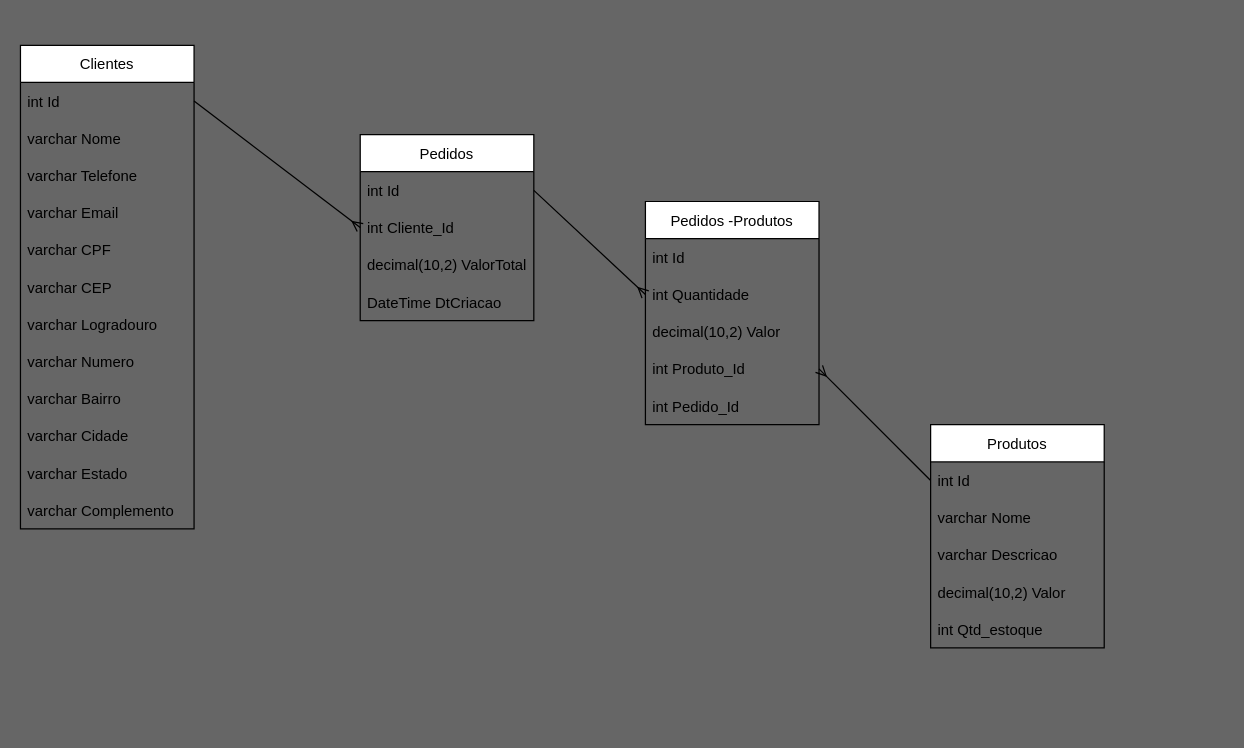
Before: draw.drawio in Luanftg/codigo-do-futuro-api-dotnet, a draw.io diagram. Source tidied: cells renumbered, new cells numbered last; positions are measured from the earlier drawing's top-left corner, leaving out a move shared by most shapes. Both pictures are drawn from the tidied source at 124%, with x=0, y=0 at pixel (20, 45).
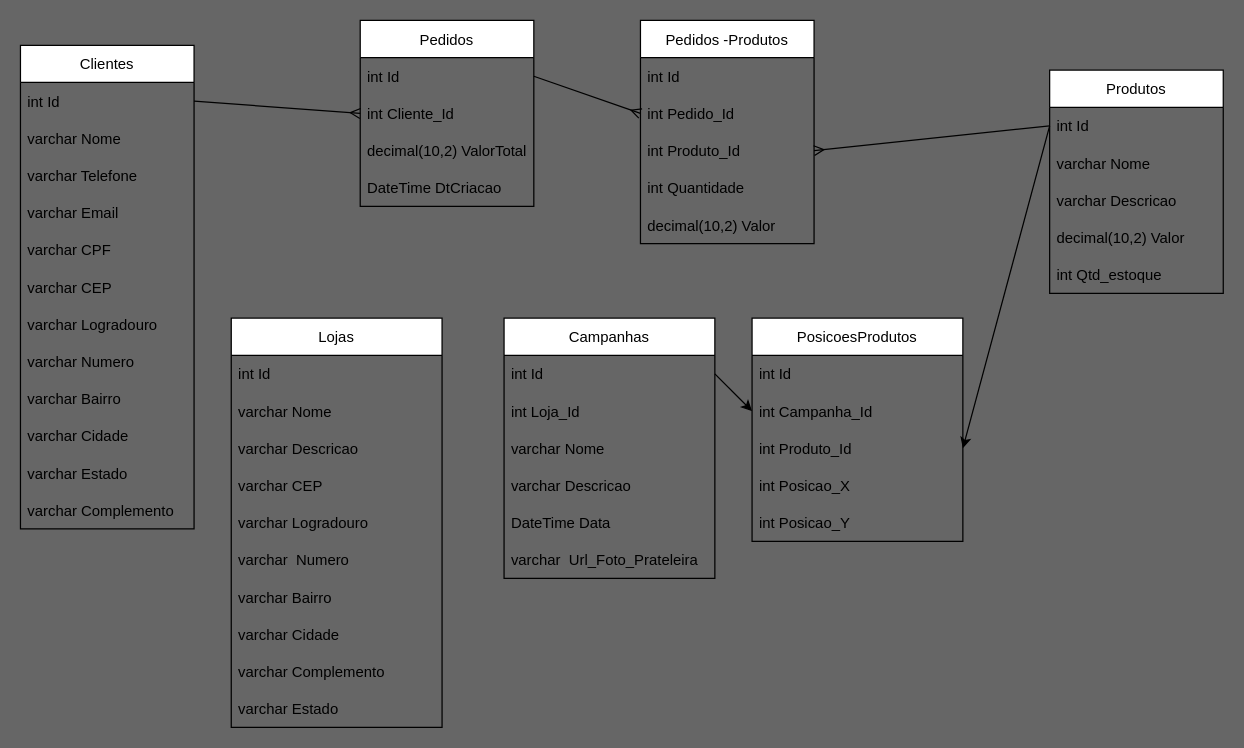
After the change.

Commit message:
refatorar(#2): Criado novas tabelas no modelo ER e criado novas chaves estrangeiras

Unchanged cells that the change refers to:
```xml
<mxCell id="16" value="int Id" style="text;strokeColor=none;fillColor=none;align=left;verticalAlign=middle;spacingLeft=4;spacingRight=4;overflow=hidden;points=[[0,0.5],[1,0.5]];portConstraint=eastwest;" parent="15" vertex="1">
  <mxGeometry y="30" width="140" height="30" as="geometry" />
</mxCell>
<mxCell id="22" value="int Id" style="text;strokeColor=none;fillColor=none;align=left;verticalAlign=middle;spacingLeft=4;spacingRight=4;overflow=hidden;points=[[0,0.5],[1,0.5]];portConstraint=eastwest;" parent="21" vertex="1">
  <mxGeometry y="30" width="140" height="30" as="geometry" />
</mxCell>
```

Diff of the diagram source:
```diff
@@
     <mxCell id="15" value="Produtos" style="swimlane;fontStyle=0;horizontal=1;startSize=30;" parent="1" vertex="1">
-      <mxGeometry x="734" y="306" width="140" height="180" as="geometry" />
+      <mxGeometry x="830" y="20" width="140" height="180" as="geometry" />
     </mxCell>
@@
     <mxCell id="21" value="Pedidos" style="swimlane;fontStyle=0;horizontal=1;startSize=30;" parent="1" vertex="1">
-      <mxGeometry x="274" y="72" width="140" height="150" as="geometry" />
+      <mxGeometry x="274" y="-20" width="140" height="150" as="geometry" />
     </mxCell>
@@
     <mxCell id="26" value="Pedidos -Produtos" style="swimlane;fontStyle=0;horizontal=1;startSize=30;" parent="1" vertex="1">
-      <mxGeometry x="504" y="126" width="140" height="180" as="geometry" />
+      <mxGeometry x="500" y="-20" width="140" height="180" as="geometry" />
     </mxCell>
@@
+    <mxCell id="31" value="int Pedido_Id" style="text;strokeColor=none;fillColor=none;align=left;verticalAlign=middle;spacingLeft=4;spacingRight=4;overflow=hidden;points=[[0,0.5],[1,0.5]];portConstraint=eastwest;" parent="26" vertex="1">
+      <mxGeometry y="60" width="140" height="30" as="geometry" />
+    </mxCell>
+    <mxCell id="30" value="int Produto_Id" style="text;strokeColor=none;fillColor=none;align=left;verticalAlign=middle;spacingLeft=4;spacingRight=4;overflow=hidden;points=[[0,0.5],[1,0.5]];portConstraint=eastwest;" parent="26" vertex="1">
+      <mxGeometry y="90" width="140" height="30" as="geometry" />
+    </mxCell>
     <mxCell id="28" value="int Quantidade" style="text;strokeColor=none;fillColor=none;align=left;verticalAlign=middle;spacingLeft=4;spacingRight=4;overflow=hidden;" parent="26" vertex="1">
-      <mxGeometry y="60" width="140" height="30" as="geometry" />
+      <mxGeometry y="120" width="140" height="30" as="geometry" />
     </mxCell>
     <mxCell id="29" value="decimal(10,2) Valor" style="text;strokeColor=none;fillColor=none;align=left;verticalAlign=middle;spacingLeft=4;spacingRight=4;overflow=hidden;" parent="26" vertex="1">
-      <mxGeometry y="90" width="140" height="30" as="geometry" />
+      <mxGeometry y="150" width="140" height="30" as="geometry" />
     </mxCell>
-    <mxCell id="30" value="int Produto_Id" style="text;strokeColor=none;fillColor=none;align=left;verticalAlign=middle;spacingLeft=4;spacingRight=4;overflow=hidden;points=[[0,0.5],[1,0.5]];portConstraint=eastwest;" parent="26" vertex="1">
-      <mxGeometry y="120" width="140" height="30" as="geometry" />
-    </mxCell>
-    <mxCell id="31" value="int Pedido_Id" style="text;strokeColor=none;fillColor=none;align=left;verticalAlign=middle;spacingLeft=4;spacingRight=4;overflow=hidden;points=[[0,0.5],[1,0.5]];portConstraint=eastwest;" parent="26" vertex="1">
-      <mxGeometry y="150" width="140" height="30" as="geometry" />
-    </mxCell>
-    <mxCell id="32" style="edgeStyle=none;html=1;exitX=1;exitY=0.5;exitDx=0;exitDy=0;entryX=0;entryY=0.5;entryDx=0;entryDy=0;endArrow=ERmany;endFill=0;" parent="1" edge="1" source="22">
-      <mxGeometry relative="1" as="geometry">
-        <mxPoint x="504" y="201" as="targetPoint" />
-      </mxGeometry>
+    <mxCell id="32" style="edgeStyle=none;html=1;exitX=1;exitY=0.5;exitDx=0;exitDy=0;entryX=0;entryY=0.5;entryDx=0;entryDy=0;endArrow=ERmany;endFill=0;" parent="1" edge="1" source="22" target="31">
+      <mxGeometry relative="1" as="geometry" />
     </mxCell>
@@
+    <mxCell id="35" value="Lojas" style="swimlane;fontStyle=0;horizontal=1;startSize=30;" parent="1" vertex="1">
+      <mxGeometry x="170" y="220" width="170" height="330" as="geometry" />
+    </mxCell>
+    <mxCell id="36" value="int Id" style="text;strokeColor=none;fillColor=none;align=left;verticalAlign=middle;spacingLeft=4;spacingRight=4;overflow=hidden;" parent="35" vertex="1">
+      <mxGeometry y="30" width="170" height="30" as="geometry" />
+    </mxCell>
+    <mxCell id="37" value="varchar Nome" style="text;strokeColor=none;fillColor=none;align=left;verticalAlign=middle;spacingLeft=4;spacingRight=4;overflow=hidden;" parent="35" vertex="1">
+      <mxGeometry y="60" width="170" height="30" as="geometry" />
+    </mxCell>
+    <mxCell id="38" value="varchar Descricao" style="text;strokeColor=none;fillColor=none;align=left;verticalAlign=middle;spacingLeft=4;spacingRight=4;overflow=hidden;" parent="35" vertex="1">
+      <mxGeometry y="90" width="170" height="30" as="geometry" />
+    </mxCell>
+    <mxCell id="39" value="varchar CEP" style="text;strokeColor=none;fillColor=none;align=left;verticalAlign=middle;spacingLeft=4;spacingRight=4;overflow=hidden;" parent="35" vertex="1">
+      <mxGeometry y="120" width="170" height="30" as="geometry" />
+    </mxCell>
+    <mxCell id="40" value="varchar Logradouro" style="text;strokeColor=none;fillColor=none;align=left;verticalAlign=middle;spacingLeft=4;spacingRight=4;overflow=hidden;" parent="35" vertex="1">
+      <mxGeometry y="150" width="170" height="30" as="geometry" />
+    </mxCell>
+    <mxCell id="41" value="varchar  Numero" style="text;strokeColor=none;fillColor=none;align=left;verticalAlign=middle;spacingLeft=4;spacingRight=4;overflow=hidden;" parent="35" vertex="1">
+      <mxGeometry y="180" width="170" height="30" as="geometry" />
+    </mxCell>
+    <mxCell id="42" value="varchar Bairro" style="text;strokeColor=none;fillColor=none;align=left;verticalAlign=middle;spacingLeft=4;spacingRight=4;overflow=hidden;" parent="35" vertex="1">
+      <mxGeometry y="210" width="170" height="30" as="geometry" />
+    </mxCell>
+    <mxCell id="43" value="varchar Cidade" style="text;strokeColor=none;fillColor=none;align=left;verticalAlign=middle;spacingLeft=4;spacingRight=4;overflow=hidden;" parent="35" vertex="1">
+      <mxGeometry y="240" width="170" height="30" as="geometry" />
+    </mxCell>
+    <mxCell id="44" value="varchar Complemento" style="text;strokeColor=none;fillColor=none;align=left;verticalAlign=middle;spacingLeft=4;spacingRight=4;overflow=hidden;" parent="35" vertex="1">
+      <mxGeometry y="270" width="170" height="30" as="geometry" />
+    </mxCell>
+    <mxCell id="45" value="varchar Estado" style="text;strokeColor=none;fillColor=none;align=left;verticalAlign=middle;spacingLeft=4;spacingRight=4;overflow=hidden;" parent="35" vertex="1">
+      <mxGeometry y="300" width="170" height="30" as="geometry" />
+    </mxCell>
+    <mxCell id="46" value="PosicoesProdutos" style="swimlane;fontStyle=0;horizontal=1;startSize=30;" parent="1" vertex="1">
+      <mxGeometry x="590" y="220" width="170" height="180" as="geometry" />
+    </mxCell>
+    <mxCell id="47" value="int Id" style="text;strokeColor=none;fillColor=none;align=left;verticalAlign=middle;spacingLeft=4;spacingRight=4;overflow=hidden;" parent="46" vertex="1">
+      <mxGeometry y="30" width="170" height="30" as="geometry" />
+    </mxCell>
+    <mxCell id="48" value="int Campanha_Id" style="text;strokeColor=none;fillColor=none;align=left;verticalAlign=middle;spacingLeft=4;spacingRight=4;overflow=hidden;points=[[0,0.5],[1,0.5]];portConstraint=eastwest;" parent="46" vertex="1">
+      <mxGeometry y="60" width="170" height="30" as="geometry" />
+    </mxCell>
+    <mxCell id="49" value="int Produto_Id" style="text;strokeColor=none;fillColor=none;align=left;verticalAlign=middle;spacingLeft=4;spacingRight=4;overflow=hidden;points=[[0,0.5],[1,0.5]];portConstraint=eastwest;" parent="46" vertex="1">
+      <mxGeometry y="90" width="170" height="30" as="geometry" />
+    </mxCell>
+    <mxCell id="50" value="int Posicao_X" style="text;strokeColor=none;fillColor=none;align=left;verticalAlign=middle;spacingLeft=4;spacingRight=4;overflow=hidden;" parent="46" vertex="1">
+      <mxGeometry y="120" width="170" height="30" as="geometry" />
+    </mxCell>
+    <mxCell id="51" value="int Posicao_Y" style="text;strokeColor=none;fillColor=none;align=left;verticalAlign=middle;spacingLeft=4;spacingRight=4;overflow=hidden;" parent="46" vertex="1">
+      <mxGeometry y="150" width="170" height="30" as="geometry" />
+    </mxCell>
+    <mxCell id="52" value="Campanhas" style="swimlane;fontStyle=0;horizontal=1;startSize=30;" parent="1" vertex="1">
+      <mxGeometry x="390" y="220" width="170" height="210" as="geometry" />
+    </mxCell>
+    <mxCell id="53" value="int Id" style="text;strokeColor=none;fillColor=none;align=left;verticalAlign=middle;spacingLeft=4;spacingRight=4;overflow=hidden;points=[[0,0.5],[1,0.5]];portConstraint=eastwest;" parent="52" vertex="1">
+      <mxGeometry y="30" width="170" height="30" as="geometry" />
+    </mxCell>
+    <mxCell id="54" value="int Loja_Id" style="text;strokeColor=none;fillColor=none;align=left;verticalAlign=middle;spacingLeft=4;spacingRight=4;overflow=hidden;" parent="52" vertex="1">
+      <mxGeometry y="60" width="170" height="30" as="geometry" />
+    </mxCell>
+    <mxCell id="55" value="varchar Nome" style="text;strokeColor=none;fillColor=none;align=left;verticalAlign=middle;spacingLeft=4;spacingRight=4;overflow=hidden;" parent="52" vertex="1">
+      <mxGeometry y="90" width="170" height="30" as="geometry" />
+    </mxCell>
+    <mxCell id="56" value="varchar Descricao" style="text;strokeColor=none;fillColor=none;align=left;verticalAlign=middle;spacingLeft=4;spacingRight=4;overflow=hidden;" parent="52" vertex="1">
+      <mxGeometry y="120" width="170" height="30" as="geometry" />
+    </mxCell>
+    <mxCell id="57" value="DateTime Data" style="text;strokeColor=none;fillColor=none;align=left;verticalAlign=middle;spacingLeft=4;spacingRight=4;overflow=hidden;" parent="52" vertex="1">
+      <mxGeometry y="150" width="170" height="30" as="geometry" />
+    </mxCell>
+    <mxCell id="58" value="varchar  Url_Foto_Prateleira" style="text;strokeColor=none;fillColor=none;align=left;verticalAlign=middle;spacingLeft=4;spacingRight=4;overflow=hidden;" parent="52" vertex="1">
+      <mxGeometry y="180" width="170" height="30" as="geometry" />
+    </mxCell>
+    <mxCell id="59" style="edgeStyle=none;html=1;exitX=1;exitY=0.5;exitDx=0;exitDy=0;entryX=0;entryY=0.5;entryDx=0;entryDy=0;" parent="1" edge="1" source="53" target="48">
+      <mxGeometry relative="1" as="geometry" />
+    </mxCell>
+    <mxCell id="60" style="edgeStyle=none;html=1;exitX=0;exitY=0.5;exitDx=0;exitDy=0;entryX=1;entryY=0.5;entryDx=0;entryDy=0;" parent="1" edge="1" source="16" target="49">
+      <mxGeometry relative="1" as="geometry" />
+    </mxCell>
```
